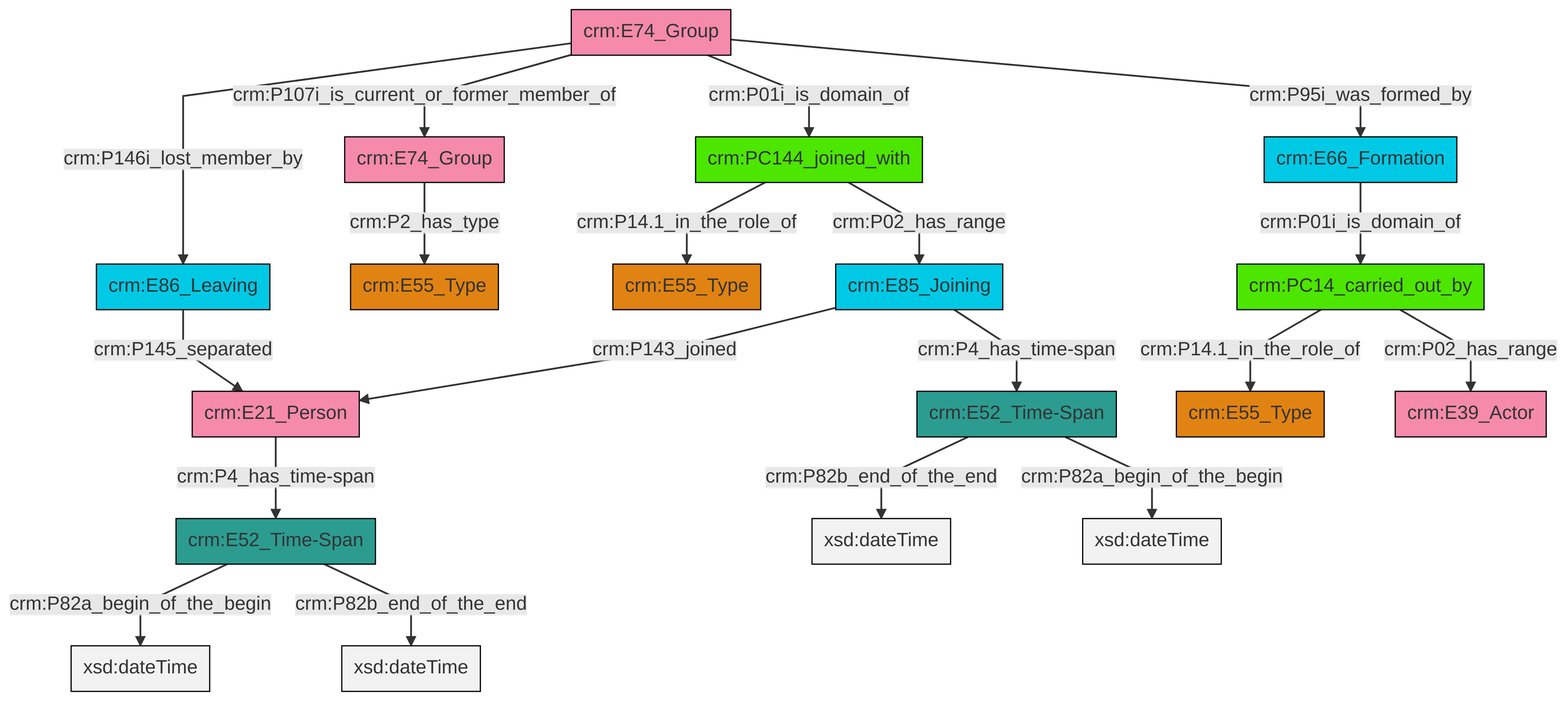
The Mermaid diagram et/groupCSV/ttl/mmd/png/group_actor_relations.png in swiss-art-research-net/docs.swissartresearch, before a commit. Its source is kept beside it as et/groupCSV/ttl/mmd/group_actor_relations.ttl.mmd.
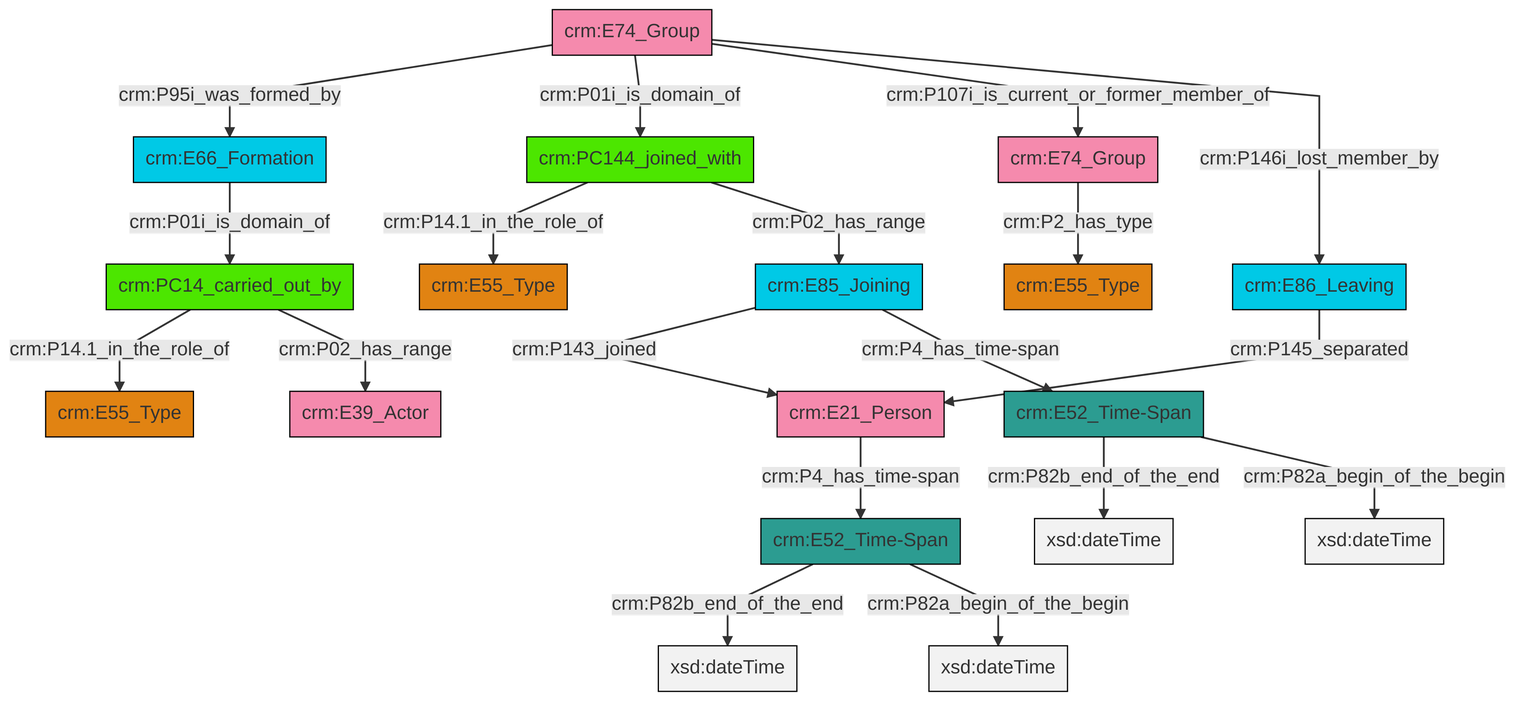
After the commit.

Diff of the diagram source:
```diff
@@ -13,21 +13,21 @@
 classDef PC_Classes fill:#4ce600, stroke:#000000;
 classDef Multi fill:#cccccc,stroke:#000000;
 
-0["crm:PC144_joined_with"]:::PC_Classes -->|crm:P14.1_in_the_role_of| 1["crm:E55_Type"]:::Type
-2["crm:E52_Time-Span"]:::Time-Span -->|crm:P82b_end_of_the_end| 3[xsd:dateTime]:::Literal
-4["crm:E66_Formation"]:::Temporal_Entity -->|crm:P01i_is_domain_of| 5["crm:PC14_carried_out_by"]:::PC_Classes
-6["crm:E74_Group"]:::Actor -->|crm:P2_has_type| 7["crm:E55_Type"]:::Type
-5["crm:PC14_carried_out_by"]:::PC_Classes -->|crm:P14.1_in_the_role_of| 8["crm:E55_Type"]:::Type
-13["crm:E86_Leaving"]:::Temporal_Entity -->|crm:P145_separated| 14["crm:E21_Person"]:::Actor
-17["crm:E85_Joining"]:::Temporal_Entity -->|crm:P143_joined| 14["crm:E21_Person"]:::Actor
-5["crm:PC14_carried_out_by"]:::PC_Classes -->|crm:P02_has_range| 18["crm:E39_Actor"]:::Actor
-2["crm:E52_Time-Span"]:::Time-Span -->|crm:P82a_begin_of_the_begin| 20[xsd:dateTime]:::Literal
-21["crm:E74_Group"]:::Actor -->|crm:P146i_lost_member_by| 13["crm:E86_Leaving"]:::Temporal_Entity
-22["crm:E52_Time-Span"]:::Time-Span -->|crm:P82a_begin_of_the_begin| 23[xsd:dateTime]:::Literal
-21["crm:E74_Group"]:::Actor -->|crm:P107i_is_current_or_former_member_of| 6["crm:E74_Group"]:::Actor
-14["crm:E21_Person"]:::Actor -->|crm:P4_has_time-span| 22["crm:E52_Time-Span"]:::Time-Span
-21["crm:E74_Group"]:::Actor -->|crm:P01i_is_domain_of| 0["crm:PC144_joined_with"]:::PC_Classes
-0["crm:PC144_joined_with"]:::PC_Classes -->|crm:P02_has_range| 17["crm:E85_Joining"]:::Temporal_Entity
-21["crm:E74_Group"]:::Actor -->|crm:P95i_was_formed_by| 4["crm:E66_Formation"]:::Temporal_Entity
-22["crm:E52_Time-Span"]:::Time-Span -->|crm:P82b_end_of_the_end| 33[xsd:dateTime]:::Literal
-17["crm:E85_Joining"]:::Temporal_Entity -->|crm:P4_has_time-span| 2["crm:E52_Time-Span"]:::Time-Span
+4["crm:E74_Group"]:::Actor -->|crm:P2_has_type| 5["crm:E55_Type"]:::Type
+6["crm:E74_Group"]:::Actor -->|crm:P95i_was_formed_by| 7["crm:E66_Formation"]:::Temporal_Entity
+6["crm:E74_Group"]:::Actor -->|crm:P01i_is_domain_of| 8["crm:PC144_joined_with"]:::PC_Classes
+9["crm:E52_Time-Span"]:::Time-Span -->|crm:P82b_end_of_the_end| 10[xsd:dateTime]:::Literal
+6["crm:E74_Group"]:::Actor -->|crm:P107i_is_current_or_former_member_of| 4["crm:E74_Group"]:::Actor
+7["crm:E66_Formation"]:::Temporal_Entity -->|crm:P01i_is_domain_of| 11["crm:PC14_carried_out_by"]:::PC_Classes
+8["crm:PC144_joined_with"]:::PC_Classes -->|crm:P14.1_in_the_role_of| 2["crm:E55_Type"]:::Type
+11["crm:PC14_carried_out_by"]:::PC_Classes -->|crm:P14.1_in_the_role_of| 12["crm:E55_Type"]:::Type
+14["crm:E85_Joining"]:::Temporal_Entity -->|crm:P143_joined| 0["crm:E21_Person"]:::Actor
+8["crm:PC144_joined_with"]:::PC_Classes -->|crm:P02_has_range| 14["crm:E85_Joining"]:::Temporal_Entity
+17["crm:E52_Time-Span"]:::Time-Span -->|crm:P82b_end_of_the_end| 25[xsd:dateTime]:::Literal
+6["crm:E74_Group"]:::Actor -->|crm:P146i_lost_member_by| 15["crm:E86_Leaving"]:::Temporal_Entity
+9["crm:E52_Time-Span"]:::Time-Span -->|crm:P82a_begin_of_the_begin| 26[xsd:dateTime]:::Literal
+0["crm:E21_Person"]:::Actor -->|crm:P4_has_time-span| 9["crm:E52_Time-Span"]:::Time-Span
+11["crm:PC14_carried_out_by"]:::PC_Classes -->|crm:P02_has_range| 20["crm:E39_Actor"]:::Actor
+14["crm:E85_Joining"]:::Temporal_Entity -->|crm:P4_has_time-span| 17["crm:E52_Time-Span"]:::Time-Span
+17["crm:E52_Time-Span"]:::Time-Span -->|crm:P82a_begin_of_the_begin| 32[xsd:dateTime]:::Literal
+15["crm:E86_Leaving"]:::Temporal_Entity -->|crm:P145_separated| 0["crm:E21_Person"]:::Actor
```
